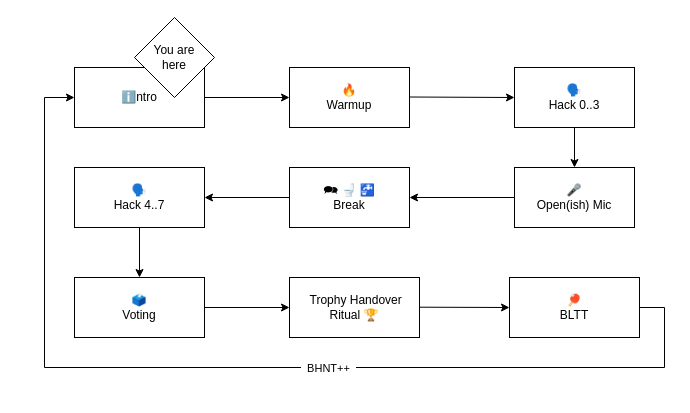
Above: assets/bhntflow.drawio in berlin-hack-and-tell/bhnt.c-base.org (draw.io), before the change. Source tidied: cells renumbered, new cells numbered last; positions are measured from the earlier drawing's top-left corner, leaving out a move shared by most shapes. Both pictures are drawn from the tidied source at 100%, with x=0, y=0 at pixel (44, 17).
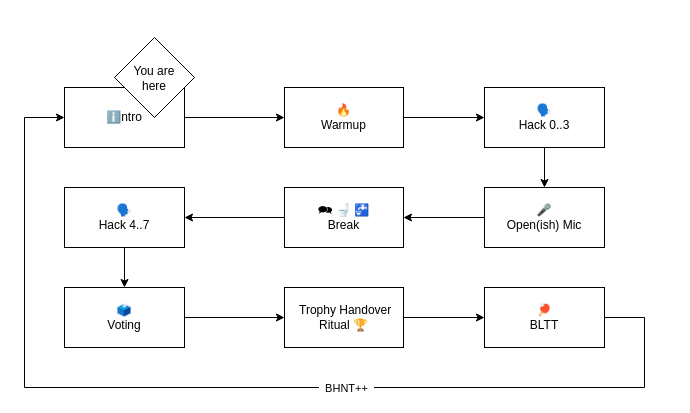
After the change.

The edit, as a diff of the source:
```diff
@@
     <mxCell id="2" value="ℹ️ntro" style="rounded=0;whiteSpace=wrap;html=1;" parent="1" vertex="1">
-      <mxGeometry x="30" y="50" width="130" height="60" as="geometry" />
+      <mxGeometry x="20" y="70" width="120" height="60" as="geometry" />
     </mxCell>
     <mxCell id="3" value="&lt;div&gt;🔥&lt;br&gt;&lt;/div&gt;Warmup" style="rounded=0;whiteSpace=wrap;html=1;" parent="1" vertex="1">
-      <mxGeometry x="245" y="50" width="120" height="60" as="geometry" />
+      <mxGeometry x="240" y="70" width="119" height="60" as="geometry" />
     </mxCell>
@@
     <mxCell id="5" value="&lt;div&gt;🗣️&lt;br&gt;&lt;/div&gt;Hack 0..3" style="rounded=0;whiteSpace=wrap;html=1;" parent="1" vertex="1">
-      <mxGeometry x="470" y="50" width="120" height="60" as="geometry" />
+      <mxGeometry x="440" y="70" width="120" height="60" as="geometry" />
     </mxCell>
-    <mxCell id="6" style="endArrow=classic;html=1;rounded=0;exitX=1;exitY=0.5;exitDx=0;exitDy=0;" parent="1" edge="1">
-      <mxGeometry relative="1" as="geometry">
-        <mxPoint x="365" y="79.5" as="sourcePoint" />
-        <mxPoint x="470" y="80" as="targetPoint" />
-      </mxGeometry>
-    </mxCell>
+    <mxCell id="23" style="endArrow=classic;html=1;rounded=0;exitX=1;exitY=0.5;exitDx=0;exitDy=0;" parent="1" edge="1" source="3">
+      <mxGeometry relative="1" as="geometry">
+        <mxPoint x="440" y="100" as="targetPoint" />
+      </mxGeometry>
+    </mxCell>
     <mxCell id="7" value="&lt;div&gt;🎤&lt;br&gt;&lt;/div&gt;Open(ish) Mic" style="rounded=0;whiteSpace=wrap;html=1;" parent="1" vertex="1">
-      <mxGeometry x="470" y="150" width="120" height="60" as="geometry" />
+      <mxGeometry x="440" y="170" width="120" height="60" as="geometry" />
     </mxCell>
     <mxCell id="8" value="&lt;div&gt;🗪&amp;nbsp;🚽&amp;nbsp;🚰&lt;br&gt;&lt;/div&gt;Break" style="rounded=0;whiteSpace=wrap;html=1;" parent="1" vertex="1">
-      <mxGeometry x="245" y="150" width="120" height="60" as="geometry" />
+      <mxGeometry x="240" y="170" width="119" height="60" as="geometry" />
     </mxCell>
@@
     <mxCell id="10" value="&lt;div&gt;🗣️&lt;br&gt;&lt;/div&gt;Hack 4..7" style="rounded=0;whiteSpace=wrap;html=1;" parent="1" vertex="1">
-      <mxGeometry x="30" y="150" width="130" height="60" as="geometry" />
+      <mxGeometry x="20" y="170" width="120" height="60" as="geometry" />
     </mxCell>
-    <mxCell id="11" style="rhombus;whiteSpace=wrap;html=1;" parent="1" vertex="1">
-      <mxGeometry x="90" width="80" height="80" as="geometry" />
-    </mxCell>
+    <mxCell id="24" style="rhombus;whiteSpace=wrap;html=1;" parent="1" vertex="1">
+      <mxGeometry x="70" y="20" width="80" height="80" as="geometry" />
+    </mxCell>
     <mxCell id="12" value="You are here" style="text;html=1;whiteSpace=wrap;strokeColor=none;fillColor=none;align=center;verticalAlign=middle;rounded=0;" parent="1" vertex="1">
-      <mxGeometry x="100" y="25" width="60" height="30" as="geometry" />
+      <mxGeometry x="80" y="49" width="60" height="23" as="geometry" />
     </mxCell>
@@
     <mxCell id="15" value="&lt;div&gt;🗳️&lt;br&gt;&lt;/div&gt;Voting" style="rounded=0;whiteSpace=wrap;html=1;" parent="1" vertex="1">
-      <mxGeometry x="30" y="260" width="130" height="60" as="geometry" />
+      <mxGeometry x="20" y="270" width="120" height="60" as="geometry" />
     </mxCell>
     <mxCell id="16" value="&amp;nbsp;Trophy Handover&lt;br&gt;&lt;div&gt;&lt;span style=&quot;background-color: transparent; color: light-dark(rgb(0, 0, 0), rgb(255, 255, 255));&quot;&gt;Ritual&amp;nbsp;&lt;/span&gt;🏆&lt;br&gt;&lt;/div&gt;" style="rounded=0;whiteSpace=wrap;html=1;" parent="1" vertex="1">
-      <mxGeometry x="245" y="260" width="130" height="60" as="geometry" />
+      <mxGeometry x="240" y="270" width="119" height="60" as="geometry" />
     </mxCell>
@@
     <mxCell id="19" value="&lt;div&gt;🏓&lt;br&gt;&lt;/div&gt;BLTT" style="rounded=0;whiteSpace=wrap;html=1;" parent="1" vertex="1">
-      <mxGeometry x="465" y="260" width="130" height="60" as="geometry" />
+      <mxGeometry x="440" y="270" width="120" height="60" as="geometry" />
     </mxCell>
-    <mxCell id="20" style="endArrow=classic;html=1;rounded=0;entryX=0;entryY=0.5;entryDx=0;entryDy=0;exitX=1;exitY=0.5;exitDx=0;exitDy=0;" parent="1" edge="1" target="19">
-      <mxGeometry relative="1" as="geometry">
-        <mxPoint x="375" y="289.7" as="sourcePoint" />
-      </mxGeometry>
-    </mxCell>
+    <mxCell id="25" style="endArrow=classic;html=1;rounded=0;entryX=0;entryY=0.5;entryDx=0;entryDy=0;exitX=1;exitY=0.5;exitDx=0;exitDy=0;" parent="1" edge="1" source="16" target="19">
+      <mxGeometry relative="1" as="geometry" />
+    </mxCell>
     <mxCell id="21" style="endArrow=classic;html=1;rounded=0;exitX=1;exitY=0.5;exitDx=0;exitDy=0;entryX=0;entryY=0.5;entryDx=0;entryDy=0;" parent="1" edge="1" source="19" target="2">
       <mxGeometry relative="1" as="geometry">
         <Array as="points">
-          <mxPoint x="620" y="290" />
-          <mxPoint x="620" y="350" />
-          <mxPoint y="350" />
-          <mxPoint y="80" />
+          <mxPoint x="600" y="300" />
+          <mxPoint x="600" y="370" />
+          <mxPoint x="-20" y="370" />
+          <mxPoint x="-20" y="100" />
         </Array>
       </mxGeometry>
     </mxCell>
     <mxCell id="22" value="&amp;nbsp; BHNT++&amp;nbsp;&amp;nbsp;" style="edgeLabel;html=1;align=center;verticalAlign=middle;" parent="21" vertex="1">
-      <mxGeometry x="-0.16" relative="1" as="geometry" />
+      <mxGeometry x="-0.16" relative="1" as="geometry">
+        <mxPoint x="28" as="offset" />
+      </mxGeometry>
     </mxCell>
```
